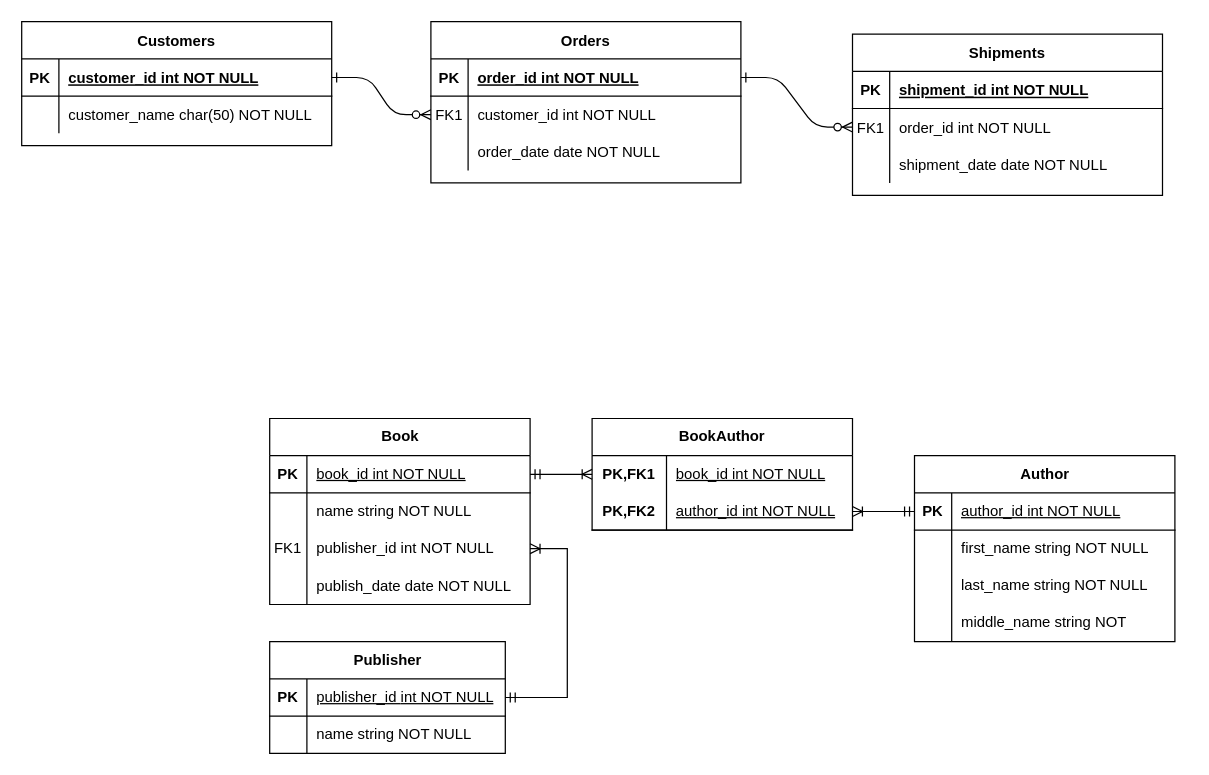
This is Диаграмма.drawio from kirilloschepkov/library, a draw.io file, before an edit. Source tidied: cells renumbered, new cells numbered last; positions are measured from the earlier drawing's top-left corner, leaving out a move shared by most shapes. Both pictures are drawn from the tidied source at 124%, with x=0, y=0 at pixel (21, 21).
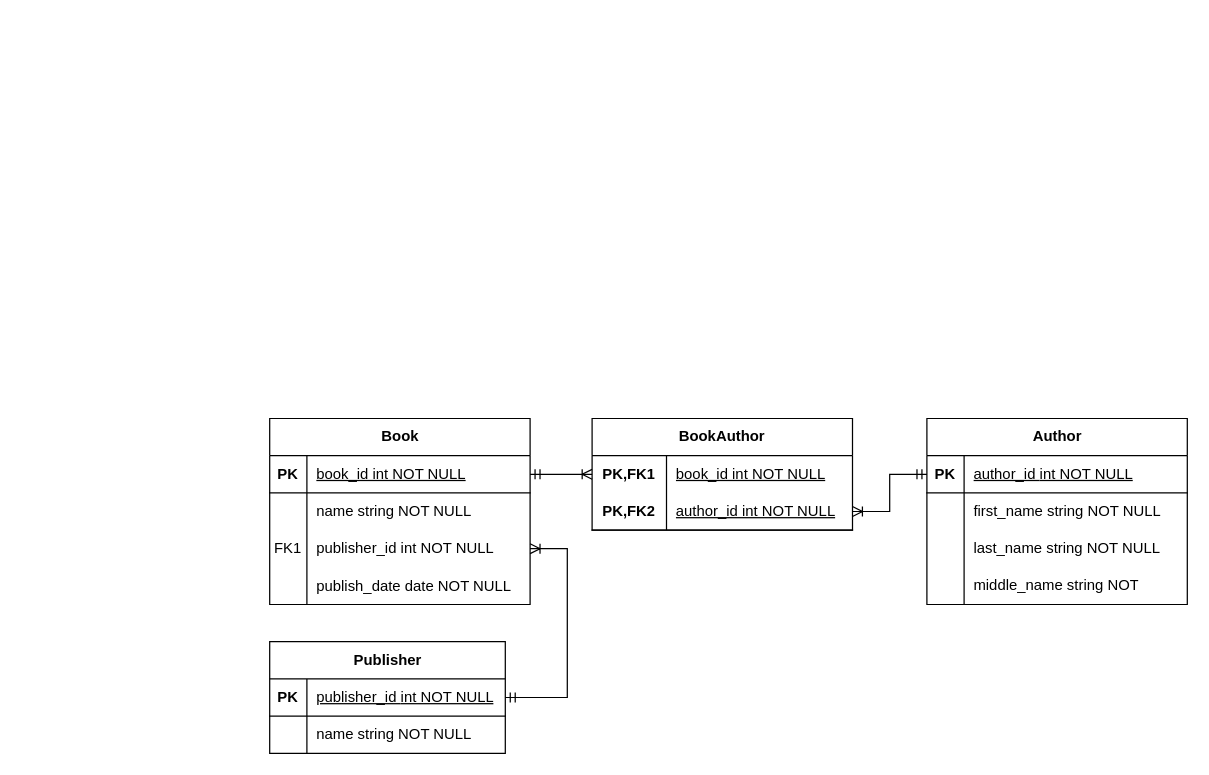
Above is the later version.

What changed in the source:
```diff
@@
-    <mxCell id="2" style="edgeStyle=entityRelationEdgeStyle;endArrow=ERzeroToMany;startArrow=ERone;endFill=1;startFill=0;" parent="1" edge="1" source="25" target="8">
-      <mxGeometry relative="1" as="geometry" />
-    </mxCell>
-    <mxCell id="3" style="edgeStyle=entityRelationEdgeStyle;endArrow=ERzeroToMany;startArrow=ERone;endFill=1;startFill=0;" parent="1" edge="1" source="5" target="18">
-      <mxGeometry relative="1" as="geometry" />
-    </mxCell>
-    <mxCell id="4" value="Orders" style="shape=table;startSize=30;childLayout=tableLayout;rowLines=0;fontStyle=1;align=center;" parent="1" vertex="1">
-      <mxGeometry x="330" width="250" height="130" as="geometry" />
-    </mxCell>
-    <mxCell id="5" style="shape=partialRectangle;fillColor=none;points=[[0,0.5],[1,0.5]];portConstraint=eastwest;top=0;left=0;right=0;bottom=1;" parent="4" vertex="1">
-      <mxGeometry y="30" width="250" height="30" as="geometry" />
-    </mxCell>
-    <mxCell id="6" value="PK" style="shape=partialRectangle;overflow=hidden;fillColor=none;top=0;left=0;bottom=0;right=0;fontStyle=1;" parent="5" vertex="1">
-      <mxGeometry width="30" height="30" as="geometry" />
-    </mxCell>
-    <mxCell id="7" value="order_id int NOT NULL " style="shape=partialRectangle;overflow=hidden;fillColor=none;top=0;left=0;bottom=0;right=0;align=left;spacingLeft=6;fontStyle=5;" parent="5" vertex="1">
-      <mxGeometry x="30" width="220" height="30" as="geometry" />
-    </mxCell>
-    <mxCell id="8" style="shape=partialRectangle;fillColor=none;points=[[0,0.5],[1,0.5]];portConstraint=eastwest;top=0;left=0;right=0;bottom=0;" parent="4" vertex="1">
-      <mxGeometry y="60" width="250" height="30" as="geometry" />
-    </mxCell>
-    <mxCell id="9" value="FK1" style="shape=partialRectangle;overflow=hidden;fillColor=none;top=0;left=0;bottom=0;right=0;" parent="8" vertex="1">
-      <mxGeometry width="30" height="30" as="geometry" />
-    </mxCell>
-    <mxCell id="10" value="customer_id int NOT NULL" style="shape=partialRectangle;overflow=hidden;fillColor=none;top=0;left=0;bottom=0;right=0;align=left;spacingLeft=6;" parent="8" vertex="1">
-      <mxGeometry x="30" width="220" height="30" as="geometry" />
-    </mxCell>
-    <mxCell id="11" style="shape=partialRectangle;fillColor=none;top=0;left=0;right=0;bottom=0;" parent="4" vertex="1">
-      <mxGeometry y="90" width="250" height="30" as="geometry" />
-    </mxCell>
-    <mxCell id="12" style="shape=partialRectangle;overflow=hidden;fillColor=none;top=0;left=0;bottom=0;right=0;" parent="11" vertex="1">
-      <mxGeometry width="30" height="30" as="geometry" />
-    </mxCell>
-    <mxCell id="13" value="order_date date NOT NULL" style="shape=partialRectangle;overflow=hidden;fillColor=none;top=0;left=0;bottom=0;right=0;align=left;spacingLeft=6;" parent="11" vertex="1">
-      <mxGeometry x="30" width="220" height="30" as="geometry" />
-    </mxCell>
-    <mxCell id="14" value="Shipments" style="shape=table;startSize=30;childLayout=tableLayout;rowLines=0;fontStyle=1;align=center;" parent="1" vertex="1">
-      <mxGeometry x="670" y="10" width="250" height="130" as="geometry" />
-    </mxCell>
-    <mxCell id="15" style="shape=partialRectangle;fillColor=none;top=0;left=0;right=0;bottom=1;" parent="14" vertex="1">
-      <mxGeometry y="30" width="250" height="30" as="geometry" />
-    </mxCell>
-    <mxCell id="16" value="PK" style="shape=partialRectangle;overflow=hidden;fillColor=none;top=0;left=0;bottom=0;right=0;fontStyle=1;" parent="15" vertex="1">
-      <mxGeometry width="30" height="30" as="geometry" />
-    </mxCell>
-    <mxCell id="17" value="shipment_id int NOT NULL " style="shape=partialRectangle;overflow=hidden;fillColor=none;top=0;left=0;bottom=0;right=0;align=left;spacingLeft=6;fontStyle=5;" parent="15" vertex="1">
-      <mxGeometry x="30" width="220" height="30" as="geometry" />
-    </mxCell>
-    <mxCell id="18" style="shape=partialRectangle;fillColor=none;points=[[0,0.5],[1,0.5]];portConstraint=eastwest;top=0;left=0;right=0;bottom=0;" parent="14" vertex="1">
-      <mxGeometry y="60" width="250" height="30" as="geometry" />
-    </mxCell>
-    <mxCell id="19" value="FK1" style="shape=partialRectangle;overflow=hidden;fillColor=none;top=0;left=0;bottom=0;right=0;" parent="18" vertex="1">
-      <mxGeometry width="30" height="30" as="geometry" />
-    </mxCell>
-    <mxCell id="20" value="order_id int NOT NULL" style="shape=partialRectangle;overflow=hidden;fillColor=none;top=0;left=0;bottom=0;right=0;align=left;spacingLeft=6;" parent="18" vertex="1">
-      <mxGeometry x="30" width="220" height="30" as="geometry" />
-    </mxCell>
-    <mxCell id="21" style="shape=partialRectangle;fillColor=none;top=0;left=0;right=0;bottom=0;" parent="14" vertex="1">
-      <mxGeometry y="90" width="250" height="30" as="geometry" />
-    </mxCell>
-    <mxCell id="22" style="shape=partialRectangle;overflow=hidden;fillColor=none;top=0;left=0;bottom=0;right=0;" parent="21" vertex="1">
-      <mxGeometry width="30" height="30" as="geometry" />
-    </mxCell>
-    <mxCell id="23" value="shipment_date date NOT NULL" style="shape=partialRectangle;overflow=hidden;fillColor=none;top=0;left=0;bottom=0;right=0;align=left;spacingLeft=6;" parent="21" vertex="1">
-      <mxGeometry x="30" width="220" height="30" as="geometry" />
-    </mxCell>
-    <mxCell id="24" value="Customers" style="shape=table;startSize=30;childLayout=tableLayout;rowLines=0;fontStyle=1;align=center;" parent="1" vertex="1">
-      <mxGeometry width="250" height="100" as="geometry" />
-    </mxCell>
-    <mxCell id="25" style="shape=partialRectangle;fillColor=none;points=[[0,0.5],[1,0.5]];portConstraint=eastwest;top=0;left=0;right=0;bottom=1;" parent="24" vertex="1">
-      <mxGeometry y="30" width="250" height="30" as="geometry" />
-    </mxCell>
-    <mxCell id="26" value="PK" style="shape=partialRectangle;overflow=hidden;fillColor=none;top=0;left=0;bottom=0;right=0;fontStyle=1;" parent="25" vertex="1">
-      <mxGeometry width="30" height="30" as="geometry" />
-    </mxCell>
-    <mxCell id="27" value="customer_id int NOT NULL " style="shape=partialRectangle;overflow=hidden;fillColor=none;top=0;left=0;bottom=0;right=0;align=left;spacingLeft=6;fontStyle=5;" parent="25" vertex="1">
-      <mxGeometry x="30" width="220" height="30" as="geometry" />
-    </mxCell>
-    <mxCell id="28" style="shape=partialRectangle;fillColor=none;top=0;left=0;right=0;bottom=0;" parent="24" vertex="1">
-      <mxGeometry y="60" width="250" height="30" as="geometry" />
-    </mxCell>
-    <mxCell id="29" style="shape=partialRectangle;overflow=hidden;fillColor=none;top=0;left=0;bottom=0;right=0;" parent="28" vertex="1">
-      <mxGeometry width="30" height="30" as="geometry" />
-    </mxCell>
-    <mxCell id="30" value="customer_name char(50) NOT NULL" style="shape=partialRectangle;overflow=hidden;fillColor=none;top=0;left=0;bottom=0;right=0;align=left;spacingLeft=6;" parent="28" vertex="1">
-      <mxGeometry x="30" width="220" height="30" as="geometry" />
-    </mxCell>
@@
     <mxCell id="51" value="&lt;span style=&quot;text-wrap: wrap;&quot;&gt;Author&lt;/span&gt;" style="shape=table;startSize=30;childLayout=tableLayout;rowLines=0;fontStyle=1;align=center;html=1;" parent="1" vertex="1">
-      <mxGeometry x="720" y="350" width="210" height="150" as="geometry" />
+      <mxGeometry x="730" y="320" width="210" height="150" as="geometry" />
     </mxCell>
```
